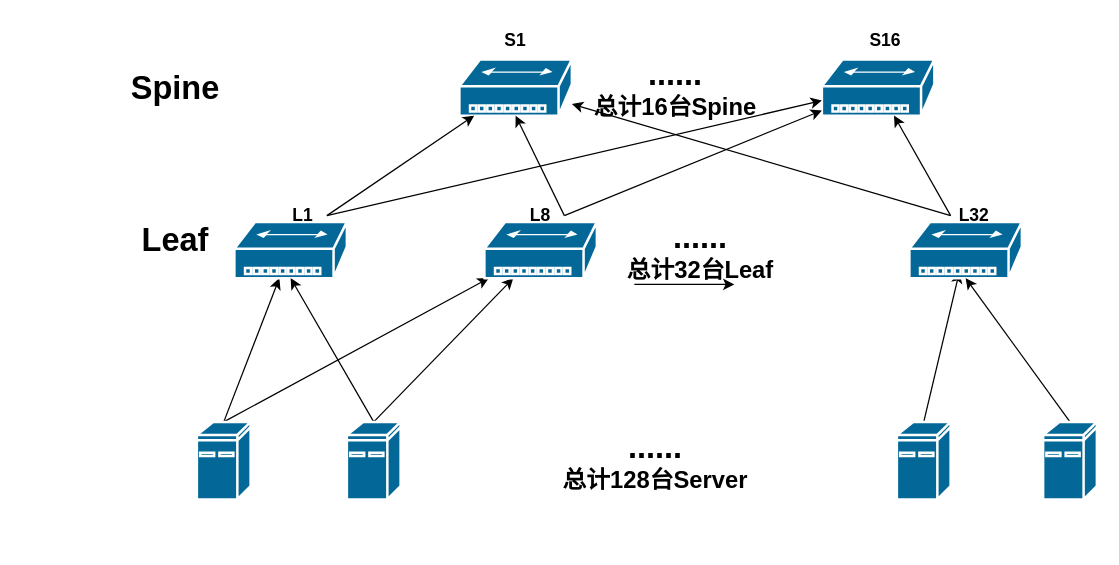
Earlier version of the draw.io diagram ib-h100.drawio (hel-2000/network-draw). Source tidied: cells renumbered, new cells numbered last; positions are measured from the earlier drawing's top-left corner, leaving out a move shared by most shapes. Both pictures are drawn from the tidied source at 125%, with x=0, y=0 at pixel (71, 21).
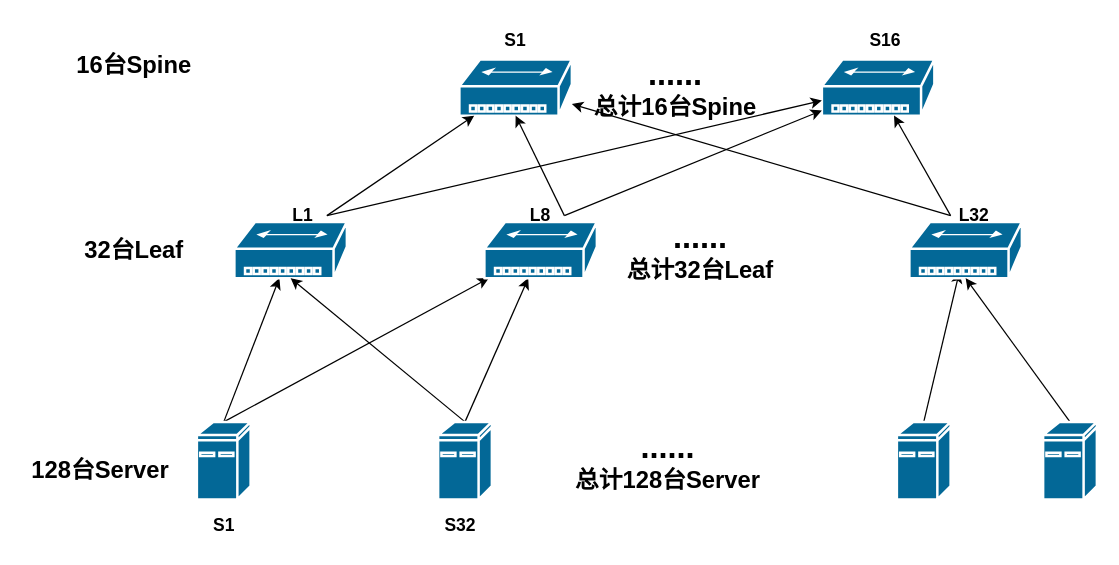
After the change.

Unchanged cells that the change refers to:
```xml
<mxCell id="4" style="shape=mxgraph.cisco.computers_and_peripherals.ibm_mini_as400;sketch=0;html=1;dashed=0;fillColor=#036897;strokeColor=#ffffff;strokeWidth=2;verticalLabelPosition=bottom;verticalAlign=top;align=center;outlineConnect=0;" parent="1" vertex="1">
  <mxGeometry x="100" y="320" width="43" height="62" as="geometry" />
</mxCell>
```

What changed in the source:
```diff
@@
-    <mxCell id="2" style="rounded=0;jettySize=auto;html=1;exitX=0.5;exitY=0;exitDx=0;exitDy=0;exitPerimeter=0;entryX=1;entryY=1;entryDx=0;entryDy=0;" parent="1" edge="1" source="4" target="20">
-      <mxGeometry relative="1" as="geometry" />
+    <mxCell id="2" style="rounded=0;jettySize=auto;html=1;exitX=0.5;exitY=0;exitDx=0;exitDy=0;exitPerimeter=0;entryX=1;entryY=1;entryDx=0;entryDy=0;" parent="1" edge="1" source="4">
+      <mxGeometry relative="1" as="geometry">
+        <mxPoint x="166" y="205" as="targetPoint" />
+      </mxGeometry>
     </mxCell>
@@
     <mxCell id="8" style="shape=mxgraph.cisco.computers_and_peripherals.ibm_mini_as400;sketch=0;html=1;dashed=0;fillColor=#036897;strokeColor=#ffffff;strokeWidth=2;verticalLabelPosition=bottom;verticalAlign=top;align=center;outlineConnect=0;" parent="1" vertex="1">
-      <mxGeometry x="220" y="320" width="43" height="62" as="geometry" />
+      <mxGeometry x="293" y="320" width="43" height="62" as="geometry" />
     </mxCell>
@@
     <mxCell id="16" value="&lt;b style=&quot;&quot;&gt;&lt;span style=&quot;font-size: 26px;&quot;&gt;......&lt;/span&gt;&lt;br&gt;&lt;font style=&quot;font-size: 19px;&quot;&gt;总计128台Server&lt;/font&gt;&lt;/b&gt;" style="text;strokeColor=none;align=center;fillColor=none;html=1;verticalAlign=middle;whiteSpace=wrap;rounded=0;" parent="1" vertex="1">
-      <mxGeometry x="344" y="314" width="246" height="74" as="geometry" />
+      <mxGeometry x="354" y="314" width="246" height="74" as="geometry" />
     </mxCell>
@@
-    <mxCell id="19" value="&lt;span style=&quot;font-size: 26px;&quot;&gt;&lt;b&gt;Spine&lt;/b&gt;&lt;/span&gt;" style="text;strokeColor=none;align=center;fillColor=none;html=1;verticalAlign=middle;whiteSpace=wrap;rounded=0;" parent="1" vertex="1">
-      <mxGeometry y="22.5" width="166" height="60" as="geometry" />
-    </mxCell>
-    <mxCell id="20" value="&lt;span style=&quot;font-size: 26px;&quot;&gt;&lt;b&gt;Leaf&lt;/b&gt;&lt;/span&gt;" style="text;strokeColor=none;align=center;fillColor=none;html=1;verticalAlign=middle;whiteSpace=wrap;rounded=0;" parent="1" vertex="1">
-      <mxGeometry y="145" width="166" height="60" as="geometry" />
-    </mxCell>
-    <mxCell id="21" style="edgeStyle=none;orthogonalLoop=1;jettySize=auto;html=1;rounded=0;" parent="1" edge="1">
-      <mxGeometry relative="1" as="geometry">
-        <mxPoint x="450" y="210" as="sourcePoint" />
-        <mxPoint x="530" y="210" as="targetPoint" />
-      </mxGeometry>
-    </mxCell>
@@
+    <mxCell id="34" value="&lt;b style=&quot;&quot;&gt;&lt;font style=&quot;font-size: 14px;&quot;&gt;S1&lt;/font&gt;&lt;/b&gt;" style="text;strokeColor=none;align=center;fillColor=none;html=1;verticalAlign=middle;whiteSpace=wrap;rounded=0;" parent="1" vertex="1">
+      <mxGeometry x="102.5" y="388" width="38" height="30" as="geometry" />
+    </mxCell>
+    <mxCell id="35" value="&lt;b style=&quot;&quot;&gt;&lt;font style=&quot;font-size: 14px;&quot;&gt;S32&lt;/font&gt;&lt;/b&gt;" style="text;strokeColor=none;align=center;fillColor=none;html=1;verticalAlign=middle;whiteSpace=wrap;rounded=0;" parent="1" vertex="1">
+      <mxGeometry x="292" y="388" width="38" height="30" as="geometry" />
+    </mxCell>
+    <mxCell id="36" value="&lt;b style=&quot;&quot;&gt;&lt;font style=&quot;font-size: 19px;&quot;&gt;128台Server&lt;/font&gt;&lt;/b&gt;" style="text;strokeColor=none;align=center;fillColor=none;html=1;verticalAlign=middle;whiteSpace=wrap;rounded=0;" parent="1" vertex="1">
+      <mxGeometry x="-40" y="330" width="126" height="58" as="geometry" />
+    </mxCell>
+    <mxCell id="37" value="&lt;b style=&quot;&quot;&gt;&lt;font style=&quot;font-size: 19px;&quot;&gt;32台Leaf&lt;/font&gt;&lt;/b&gt;" style="text;strokeColor=none;align=center;fillColor=none;html=1;verticalAlign=middle;whiteSpace=wrap;rounded=0;" parent="1" vertex="1">
+      <mxGeometry x="-5" y="167.5" width="110" height="30" as="geometry" />
+    </mxCell>
+    <mxCell id="38" value="&lt;b style=&quot;&quot;&gt;&lt;font style=&quot;font-size: 19px;&quot;&gt;16台Spine&lt;/font&gt;&lt;/b&gt;" style="text;strokeColor=none;align=center;fillColor=none;html=1;verticalAlign=middle;whiteSpace=wrap;rounded=0;" parent="1" vertex="1">
+      <mxGeometry y="22.5" width="100" height="25" as="geometry" />
+    </mxCell>
```
